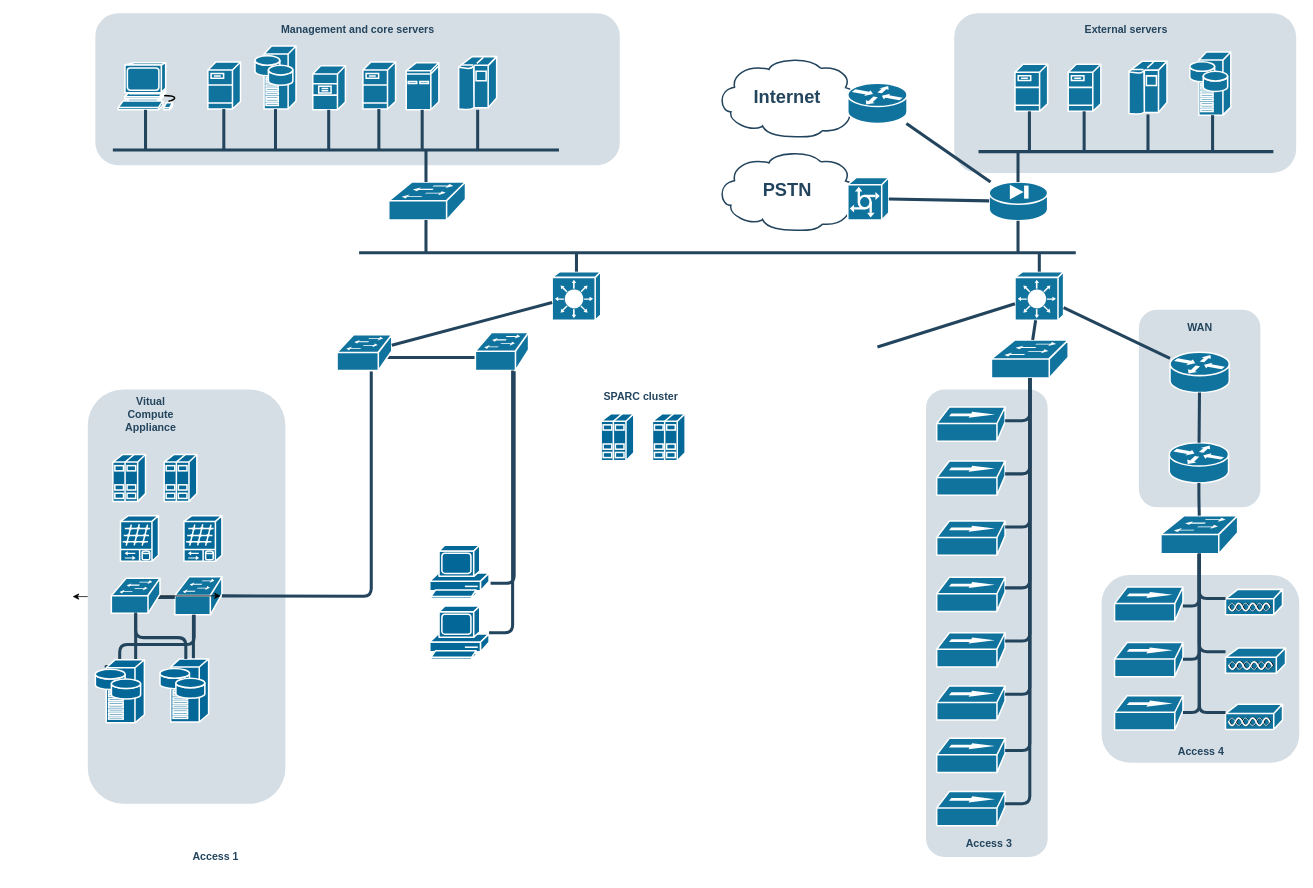
The draw.io diagram Network dev lab 1.drawio in rvrlx/Diagrams, before the edit. Source tidied: cells renumbered, new cells numbered last; positions are measured from the earlier drawing's top-left corner, leaving out a move shared by most shapes. Both pictures are drawn from the tidied source at 76%, with x=0, y=0 at pixel (72, 13).
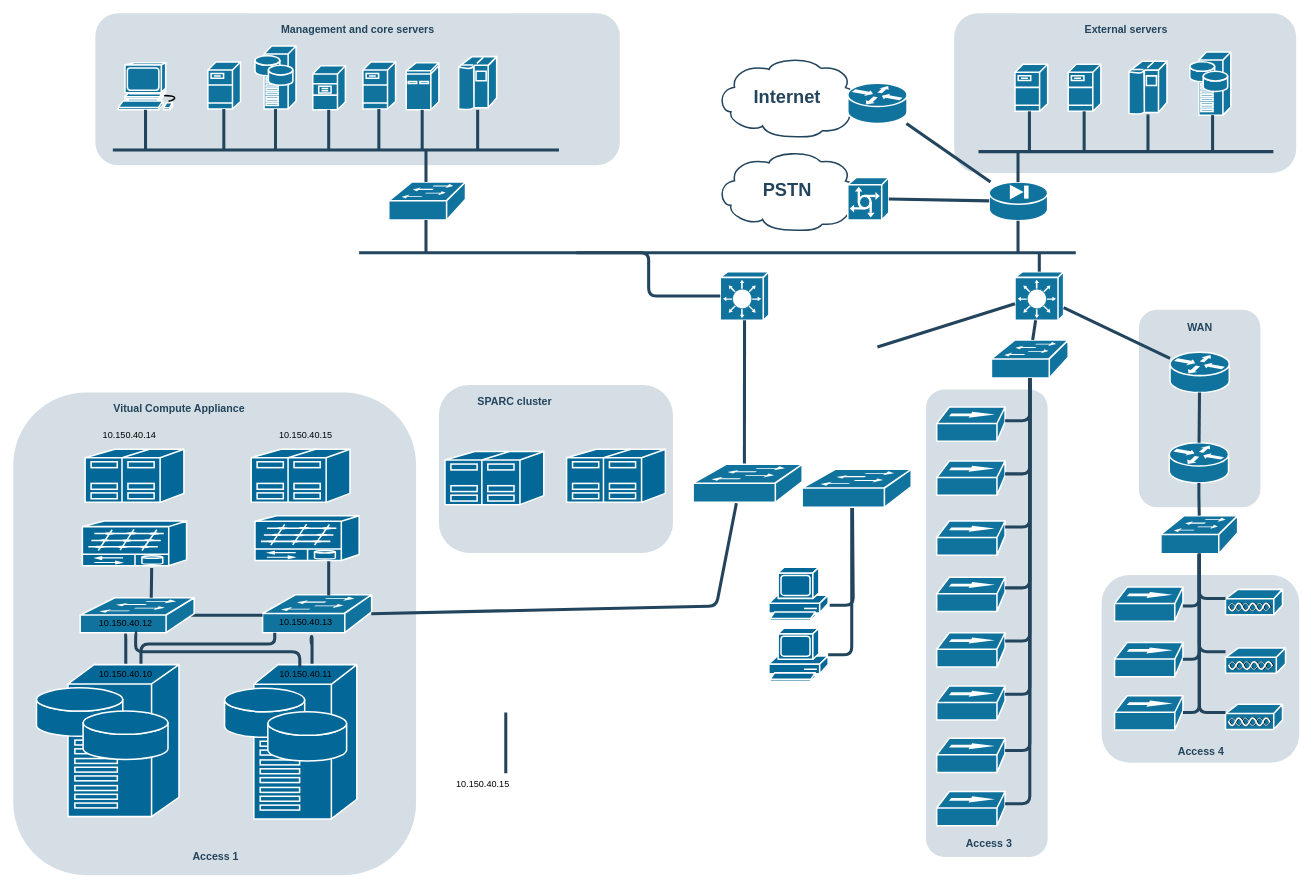
Above is the later version.

Change to the diagram source:
```diff
@@
-    <mxCell id="2" style="edgeStyle=orthogonalEdgeStyle;rounded=0;jettySize=auto;html=1;" parent="1" edge="1" source="3">
-      <mxGeometry relative="1" as="geometry">
-        <mxPoint y="767.5" as="targetPoint" />
-      </mxGeometry>
-    </mxCell>
+    <mxCell id="121" style="rounded=1;whiteSpace=wrap;html=1;strokeColor=none;fillColor=#BAC8D3;fontSize=24;fontColor=#23445D;align=center;opacity=60;arcSize=18;" parent="1" vertex="1">
+      <mxGeometry x="482" y="489" width="308" height="221" as="geometry" />
+    </mxCell>
     <mxCell id="3" style="rounded=1;whiteSpace=wrap;html=1;strokeColor=none;fillColor=#BAC8D3;fontSize=24;fontColor=#23445D;align=center;opacity=60;arcSize=18;" parent="1" vertex="1">
-      <mxGeometry x="20" y="495" width="260" height="545" as="geometry" />
+      <mxGeometry x="-78" y="499" width="530" height="635" as="geometry" />
     </mxCell>
     <mxCell id="4" value="&lt;font color=&quot;#23445d&quot;&gt;Vitual Compute Appliance&lt;/font&gt;" style="rounded=1;whiteSpace=wrap;html=1;strokeColor=none;fillColor=none;fontSize=14;fontColor=#742B21;align=center;fontStyle=1;" parent="1" vertex="1">
-      <mxGeometry x="63" y="516.2" width="80" height="24" as="geometry" />
+      <mxGeometry x="46.5" y="508" width="187" height="24" as="geometry" />
     </mxCell>
@@
     <mxCell id="26" style="shape=mxgraph.cisco.switches.layer_3_switch;html=1;dashed=0;fillColor=#10739E;strokeColor=#ffffff;strokeWidth=2;verticalLabelPosition=bottom;verticalAlign=top;fontFamily=Helvetica;fontSize=36;fontColor=#FFB366;" parent="1" vertex="1">
-      <mxGeometry x="631" y="340" width="64" height="64" as="geometry" />
+      <mxGeometry x="852.2" y="340" width="64" height="64" as="geometry" />
     </mxCell>
@@
     <mxCell id="28" style="shape=mxgraph.cisco.switches.workgroup_switch;html=1;dashed=0;fillColor=#10739E;strokeColor=#ffffff;strokeWidth=2;verticalLabelPosition=bottom;verticalAlign=top;fontFamily=Helvetica;fontSize=36;fontColor=#FFB366;" parent="1" vertex="1">
-      <mxGeometry x="134.5" y="741.5" width="62" height="50" as="geometry" />
+      <mxGeometry x="250" y="765" width="143.5" height="50" as="geometry" />
     </mxCell>
@@
-    <mxCell id="60" style="edgeStyle=none;rounded=1;html=1;strokeColor=#23445D;endArrow=none;endFill=0;strokeWidth=4;startArrow=none;exitX=0.625;exitY=1.021;exitDx=0;exitDy=0;exitPerimeter=0;" parent="1" edge="1" source="102" target="28">
+    <mxCell id="60" style="edgeStyle=none;rounded=1;html=1;strokeColor=#23445D;endArrow=none;endFill=0;strokeWidth=4;startArrow=none;exitX=0.397;exitY=1.02;exitDx=0;exitDy=0;exitPerimeter=0;" parent="1" edge="1" source="137" target="28">
       <mxGeometry relative="1" as="geometry">
         <Array as="points">
-          <mxPoint x="393" y="767" />
+          <mxPoint x="847" y="780" />
+          <mxPoint x="393" y="790" />
         </Array>
       </mxGeometry>
     </mxCell>
-    <mxCell id="61" style="edgeStyle=none;rounded=1;html=1;strokeColor=#23445D;endArrow=none;endFill=0;strokeWidth=4;entryX=-0.01;entryY=0.66;entryDx=0;entryDy=0;entryPerimeter=0;" parent="1" edge="1" target="112">
-      <mxGeometry relative="1" as="geometry">
-        <mxPoint x="410" y="453" as="sourcePoint" />
-      </mxGeometry>
-    </mxCell>
@@
-    <mxCell id="67" style="edgeStyle=orthogonalEdgeStyle;rounded=1;html=1;strokeColor=#23445D;endArrow=none;endFill=0;strokeWidth=4;startArrow=none;entryX=0.5;entryY=0;entryDx=0;entryDy=0;entryPerimeter=0;" parent="1" edge="1" source="106" target="108">
+    <mxCell id="67" style="edgeStyle=orthogonalEdgeStyle;rounded=1;html=1;strokeColor=#23445D;endArrow=none;endFill=0;strokeWidth=4;startArrow=none;exitX=0.393;exitY=0.978;exitDx=0;exitDy=0;exitPerimeter=0;" parent="1" edge="1" source="106" target="108">
       <mxGeometry relative="1" as="geometry">
         <Array as="points">
-          <mxPoint x="39" y="859.5" />
-          <mxPoint x="46" y="859.5" />
+          <mxPoint x="70" y="814" />
         </Array>
       </mxGeometry>
     </mxCell>
     <mxCell id="68" style="edgeStyle=orthogonalEdgeStyle;rounded=1;html=1;strokeColor=#23445D;endArrow=none;endFill=0;strokeWidth=4;" parent="1" edge="1" source="28" target="108">
       <mxGeometry relative="1" as="geometry">
         <Array as="points">
-          <mxPoint x="160" y="830.5" />
-          <mxPoint x="62" y="830.5" />
+          <mxPoint x="266" y="830" />
+          <mxPoint x="90" y="830" />
         </Array>
       </mxGeometry>
     </mxCell>
-    <mxCell id="69" style="edgeStyle=orthogonalEdgeStyle;rounded=1;html=1;strokeColor=#23445D;endArrow=none;endFill=0;strokeWidth=4;" parent="1" edge="1" source="28" target="107">
-      <mxGeometry relative="1" as="geometry">
-        <Array as="points">
-          <mxPoint x="159" y="811.5" />
-          <mxPoint x="159" y="811.5" />
-        </Array>
-      </mxGeometry>
-    </mxCell>
@@
     <mxCell id="76" style="rounded=1;html=1;strokeColor=#23445D;endArrow=none;endFill=0;strokeWidth=4;" parent="1" edge="1">
       <mxGeometry relative="1" as="geometry">
-        <mxPoint x="581" y="470" as="sourcePoint" />
-        <mxPoint x="550" y="750" as="targetPoint" />
+        <mxPoint x="1026.2" y="650" as="sourcePoint" />
+        <mxPoint x="996.2" y="779" as="targetPoint" />
         <Array as="points">
-          <mxPoint x="581" y="520" />
-          <mxPoint x="581" y="750" />
+          <mxPoint x="1027.2" y="779" />
         </Array>
       </mxGeometry>
     </mxCell>
@@
-    <mxCell id="102" style="shape=mxgraph.cisco.switches.workgroup_switch;html=1;dashed=0;fillColor=#10739E;strokeColor=#ffffff;strokeWidth=2;verticalLabelPosition=bottom;verticalAlign=top;fontFamily=Helvetica;fontSize=36;fontColor=#FFB366;" parent="1" vertex="1">
-      <mxGeometry x="348" y="423" width="72" height="47" as="geometry" />
-    </mxCell>
-    <mxCell id="103" style="edgeStyle=none;rounded=1;html=1;strokeColor=#23445D;endArrow=none;endFill=0;strokeWidth=4;" parent="1" edge="1" source="26" target="102">
-      <mxGeometry relative="1" as="geometry" />
+    <mxCell id="103" style="edgeStyle=none;rounded=1;html=1;strokeColor=#23445D;endArrow=none;endFill=0;strokeWidth=4;" parent="1" edge="1" source="26">
+      <mxGeometry relative="1" as="geometry">
+        <mxPoint x="884" y="594" as="targetPoint" />
+      </mxGeometry>
     </mxCell>
     <mxCell id="104" style="edgeStyle=orthogonalEdgeStyle;rounded=1;html=1;strokeColor=#23445D;endArrow=none;endFill=0;strokeWidth=4;entryX=0.98;entryY=0.5;entryDx=0;entryDy=0;entryPerimeter=0;" parent="1" edge="1" source="28" target="106">
       <mxGeometry relative="1" as="geometry">
         <Array as="points">
-          <mxPoint x="107" y="768.5" />
-          <mxPoint x="107" y="768.5" />
+          <mxPoint x="112" y="792" />
+          <mxPoint x="112" y="792" />
         </Array>
       </mxGeometry>
     </mxCell>
-    <mxCell id="105" style="edgeStyle=orthogonalEdgeStyle;rounded=0;jettySize=auto;html=1;" parent="1" edge="1" source="106">
-      <mxGeometry relative="1" as="geometry">
-        <mxPoint x="195" y="766.5" as="targetPoint" />
-      </mxGeometry>
-    </mxCell>
     <mxCell id="106" style="shape=mxgraph.cisco.switches.workgroup_switch;html=1;dashed=0;fillColor=#10739E;strokeColor=#ffffff;strokeWidth=2;verticalLabelPosition=bottom;verticalAlign=top;fontFamily=Helvetica;fontSize=36;fontColor=#FFB366;" parent="1" vertex="1">
-      <mxGeometry x="51" y="743.5" width="64" height="46" as="geometry" />
+      <mxGeometry x="10" y="769" width="150" height="46" as="geometry" />
     </mxCell>
     <mxCell id="107" style="shape=mxgraph.cisco.servers.storage_server;sketch=0;html=1;dashed=0;fillColor=#036897;strokeColor=#ffffff;strokeWidth=2;verticalLabelPosition=bottom;verticalAlign=top;align=center;outlineConnect=0;" parent="1" vertex="1">
-      <mxGeometry x="115" y="849.5" width="64" height="83" as="geometry" />
+      <mxGeometry x="200" y="857" width="174" height="203" as="geometry" />
     </mxCell>
     <mxCell id="108" style="shape=mxgraph.cisco.servers.storage_server;sketch=0;html=1;dashed=0;fillColor=#036897;strokeColor=#ffffff;strokeWidth=2;verticalLabelPosition=bottom;verticalAlign=top;align=center;outlineConnect=0;" parent="1" vertex="1">
-      <mxGeometry x="30" y="850.5" width="64.5" height="83" as="geometry" />
+      <mxGeometry x="-47.5" y="857" width="187.5" height="200" as="geometry" />
     </mxCell>
-    <mxCell id="109" style="edgeStyle=orthogonalEdgeStyle;rounded=1;html=1;strokeColor=#23445D;endArrow=none;endFill=0;strokeWidth=4;startArrow=none;exitX=0.5;exitY=0.98;exitDx=0;exitDy=0;exitPerimeter=0;" parent="1" edge="1" source="106" target="107">
+    <mxCell id="109" style="edgeStyle=orthogonalEdgeStyle;rounded=1;html=1;strokeColor=#23445D;endArrow=none;endFill=0;strokeWidth=4;startArrow=none;exitX=0.5;exitY=0.98;exitDx=0;exitDy=0;exitPerimeter=0;" parent="1" edge="1" source="106">
       <mxGeometry relative="1" as="geometry">
+        <mxPoint x="299" y="860" as="targetPoint" />
         <Array as="points">
-          <mxPoint x="83" y="821.5" />
-          <mxPoint x="149" y="821.5" />
+          <mxPoint x="83" y="814" />
+          <mxPoint x="83" y="840" />
+          <mxPoint x="299" y="840" />
         </Array>
       </mxGeometry>
     </mxCell>
     <mxCell id="110" style="shape=mxgraph.cisco.computers_and_peripherals.pc;sketch=0;html=1;dashed=0;fillColor=#036897;strokeColor=#ffffff;strokeWidth=2;verticalLabelPosition=bottom;verticalAlign=top;align=center;outlineConnect=0;" parent="1" vertex="1">
-      <mxGeometry x="470" y="780" width="78" height="70" as="geometry" />
+      <mxGeometry x="916.2" y="809" width="78" height="70" as="geometry" />
     </mxCell>
     <mxCell id="111" style="shape=mxgraph.cisco.computers_and_peripherals.pc;sketch=0;html=1;dashed=0;fillColor=#036897;strokeColor=#ffffff;strokeWidth=2;verticalLabelPosition=bottom;verticalAlign=top;align=center;" parent="1" vertex="1">
-      <mxGeometry x="470" y="700" width="78" height="70" as="geometry" />
+      <mxGeometry x="916.2" y="729" width="78" height="70" as="geometry" />
     </mxCell>
-    <mxCell id="112" style="shape=mxgraph.cisco.switches.workgroup_switch;html=1;dashed=0;fillColor=#10739E;strokeColor=#ffffff;strokeWidth=2;verticalLabelPosition=bottom;verticalAlign=top;fontFamily=Helvetica;fontSize=36;fontColor=#FFB366;" parent="1" vertex="1">
-      <mxGeometry x="530" y="420" width="70" height="50" as="geometry" />
-    </mxCell>
     <mxCell id="113" style="edgeStyle=orthogonalEdgeStyle;rounded=1;html=1;strokeColor=#23445D;endArrow=none;endFill=0;strokeWidth=4;" parent="1" edge="1" target="110">
       <mxGeometry relative="1" as="geometry">
-        <mxPoint x="579" y="470" as="sourcePoint" />
+        <mxPoint x="1025.2" y="650" as="sourcePoint" />
         <Array as="points">
-          <mxPoint x="579" y="815" />
+          <mxPoint x="1025.2" y="844" />
         </Array>
       </mxGeometry>
     </mxCell>
-    <mxCell id="114" style="shape=mxgraph.cisco.servers.standard_host;sketch=0;html=1;dashed=0;fillColor=#036897;strokeColor=#ffffff;strokeWidth=2;verticalLabelPosition=bottom;verticalAlign=top;align=center;" parent="1" vertex="1">
-      <mxGeometry x="53" y="580.5" width="43" height="62" as="geometry" />
-    </mxCell>
     <mxCell id="115" style="shape=mxgraph.cisco.servers.standard_host;sketch=0;html=1;dashed=0;fillColor=#036897;strokeColor=#ffffff;strokeWidth=2;verticalLabelPosition=bottom;verticalAlign=top;align=center;" parent="1" vertex="1">
-      <mxGeometry x="120.5" y="580.5" width="43" height="62" as="geometry" />
+      <mxGeometry x="235" y="573.5" width="130" height="70" as="geometry" />
     </mxCell>
-    <mxCell id="116" style="shape=mxgraph.cisco.switches.multi-fabric_server_switch;sketch=0;html=1;dashed=0;fillColor=#036897;strokeColor=#ffffff;strokeWidth=2;verticalLabelPosition=bottom;verticalAlign=top;align=center;" parent="1" vertex="1">
-      <mxGeometry x="63" y="661" width="50" height="60" as="geometry" />
-    </mxCell>
-    <mxCell id="117" style="shape=mxgraph.cisco.switches.multi-fabric_server_switch;sketch=0;html=1;dashed=0;fillColor=#036897;strokeColor=#ffffff;strokeWidth=2;verticalLabelPosition=bottom;verticalAlign=top;align=center;" parent="1" vertex="1">
-      <mxGeometry x="146.5" y="661" width="50" height="60" as="geometry" />
-    </mxCell>
+    <mxCell id="122" value="10.150.40.15" style="text;html=1;strokeColor=none;fillColor=none;align=center;verticalAlign=middle;whiteSpace=wrap;rounded=0;" parent="1" vertex="1">
+      <mxGeometry x="276.8" y="540" width="60" height="30" as="geometry" />
+    </mxCell>
+    <mxCell id="123" value="10.150.40.14" style="text;html=1;strokeColor=none;fillColor=none;align=center;verticalAlign=middle;whiteSpace=wrap;rounded=0;" parent="1" vertex="1">
+      <mxGeometry x="44.5" y="540" width="60" height="30" as="geometry" />
+    </mxCell>
     <mxCell id="118" value="&lt;font color=&quot;#23445d&quot;&gt;SPARC cluster&lt;/font&gt;" style="rounded=1;whiteSpace=wrap;html=1;strokeColor=none;fillColor=none;fontSize=14;fontColor=#742B21;align=center;fontStyle=1;" parent="1" vertex="1">
-      <mxGeometry x="690" y="492.2" width="116" height="24" as="geometry" />
+      <mxGeometry x="524" y="499" width="116" height="24" as="geometry" />
     </mxCell>
-    <mxCell id="119" style="shape=mxgraph.cisco.servers.standard_host;sketch=0;html=1;dashed=0;fillColor=#036897;strokeColor=#ffffff;strokeWidth=2;verticalLabelPosition=bottom;verticalAlign=top;align=center;" parent="1" vertex="1">
-      <mxGeometry x="763" y="526.8" width="43" height="62" as="geometry" />
-    </mxCell>
-    <mxCell id="120" style="shape=mxgraph.cisco.servers.standard_host;sketch=0;html=1;dashed=0;fillColor=#036897;strokeColor=#ffffff;strokeWidth=2;verticalLabelPosition=bottom;verticalAlign=top;align=center;" parent="1" vertex="1">
-      <mxGeometry x="695.5" y="526.8" width="43" height="62" as="geometry" />
-    </mxCell>
+    <mxCell id="124" value="10.150.40.10" style="text;html=1;strokeColor=none;fillColor=none;align=center;verticalAlign=middle;whiteSpace=wrap;rounded=0;" parent="1" vertex="1">
+      <mxGeometry x="40" y="855" width="60" height="30" as="geometry" />
+    </mxCell>
+    <mxCell id="125" value="10.150.40.11" style="text;html=1;strokeColor=none;fillColor=none;align=center;verticalAlign=middle;whiteSpace=wrap;rounded=0;" parent="1" vertex="1">
+      <mxGeometry x="276.8" y="855" width="60" height="30" as="geometry" />
+    </mxCell>
+    <mxCell id="126" value="10.150.40.12" style="text;html=1;strokeColor=none;fillColor=none;align=center;verticalAlign=middle;whiteSpace=wrap;rounded=0;" parent="1" vertex="1">
+      <mxGeometry x="40" y="787.5" width="60" height="30" as="geometry" />
+    </mxCell>
+    <mxCell id="127" value="10.150.40.13" style="text;html=1;strokeColor=none;fillColor=none;align=center;verticalAlign=middle;whiteSpace=wrap;rounded=0;" parent="1" vertex="1">
+      <mxGeometry x="276.8" y="787" width="60" height="30" as="geometry" />
+    </mxCell>
+    <mxCell id="128" value="10.150.40.15" style="text;html=1;strokeColor=none;fillColor=none;align=center;verticalAlign=middle;whiteSpace=wrap;rounded=0;" parent="1" vertex="1">
+      <mxGeometry x="510" y="1000" width="60" height="30" as="geometry" />
+    </mxCell>
+    <mxCell id="129" style="edgeStyle=orthogonalEdgeStyle;rounded=1;html=1;strokeColor=#23445D;endArrow=none;endFill=0;strokeWidth=4;" parent="1" edge="1">
+      <mxGeometry relative="1" as="geometry">
+        <mxPoint x="337" y="713" as="sourcePoint" />
+        <mxPoint x="337" y="766" as="targetPoint" />
+        <Array as="points">
+          <mxPoint x="337" y="736" />
+          <mxPoint x="337" y="736" />
+        </Array>
+      </mxGeometry>
+    </mxCell>
+    <mxCell id="130" style="edgeStyle=orthogonalEdgeStyle;rounded=1;html=1;strokeColor=#23445D;endArrow=none;endFill=0;strokeWidth=4;" parent="1" edge="1">
+      <mxGeometry relative="1" as="geometry">
+        <mxPoint x="570" y="920" as="sourcePoint" />
+        <mxPoint x="570" y="1000" as="targetPoint" />
+        <Array as="points">
+          <mxPoint x="570" y="943" />
+          <mxPoint x="570" y="943" />
+        </Array>
+      </mxGeometry>
+    </mxCell>
+    <mxCell id="131" style="edgeStyle=orthogonalEdgeStyle;rounded=1;html=1;strokeColor=#23445D;endArrow=none;endFill=0;strokeWidth=4;entryX=0.638;entryY=0.033;entryDx=0;entryDy=0;entryPerimeter=0;" parent="1" edge="1" target="125">
+      <mxGeometry relative="1" as="geometry">
+        <mxPoint x="315" y="830" as="sourcePoint" />
+        <Array as="points">
+          <mxPoint x="314" y="830" />
+          <mxPoint x="314" y="820" />
+          <mxPoint x="315" y="820" />
+        </Array>
+      </mxGeometry>
+    </mxCell>
+    <mxCell id="132" style="edgeStyle=orthogonalEdgeStyle;rounded=1;html=1;strokeColor=#23445D;endArrow=none;endFill=0;strokeWidth=4;" parent="1" edge="1">
+      <mxGeometry relative="1" as="geometry">
+        <mxPoint x="104" y="730" as="sourcePoint" />
+        <mxPoint x="103.5" y="769" as="targetPoint" />
+        <Array as="points">
+          <mxPoint x="103.5" y="739" />
+          <mxPoint x="103.5" y="739" />
+        </Array>
+      </mxGeometry>
+    </mxCell>
+    <mxCell id="133" style="shape=mxgraph.cisco.switches.multi-fabric_server_switch;sketch=0;html=1;dashed=0;fillColor=#036897;strokeColor=#ffffff;strokeWidth=2;verticalLabelPosition=bottom;verticalAlign=top;align=center;" parent="1" vertex="1">
+      <mxGeometry x="12.9" y="668" width="137.1" height="59" as="geometry" />
+    </mxCell>
+    <mxCell id="134" style="shape=mxgraph.cisco.switches.multi-fabric_server_switch;sketch=0;html=1;dashed=0;fillColor=#036897;strokeColor=#ffffff;strokeWidth=2;verticalLabelPosition=bottom;verticalAlign=top;align=center;" parent="1" vertex="1">
+      <mxGeometry x="240" y="661" width="137.1" height="59" as="geometry" />
+    </mxCell>
+    <mxCell id="135" style="shape=mxgraph.cisco.servers.standard_host;sketch=0;html=1;dashed=0;fillColor=#036897;strokeColor=#ffffff;strokeWidth=2;verticalLabelPosition=bottom;verticalAlign=top;align=center;" parent="1" vertex="1">
+      <mxGeometry x="16.5" y="573.5" width="130" height="70" as="geometry" />
+    </mxCell>
+    <mxCell id="136" style="shape=mxgraph.cisco.switches.workgroup_switch;html=1;dashed=0;fillColor=#10739E;strokeColor=#ffffff;strokeWidth=2;verticalLabelPosition=bottom;verticalAlign=top;fontFamily=Helvetica;fontSize=36;fontColor=#FFB366;" parent="1" vertex="1">
+      <mxGeometry x="960" y="600" width="143.5" height="50" as="geometry" />
+    </mxCell>
+    <mxCell id="137" style="shape=mxgraph.cisco.switches.workgroup_switch;html=1;dashed=0;fillColor=#10739E;strokeColor=#ffffff;strokeWidth=2;verticalLabelPosition=bottom;verticalAlign=top;fontFamily=Helvetica;fontSize=36;fontColor=#FFB366;" parent="1" vertex="1">
+      <mxGeometry x="816.5" y="593.5" width="143.5" height="50" as="geometry" />
+    </mxCell>
+    <mxCell id="138" style="shape=mxgraph.cisco.servers.standard_host;sketch=0;html=1;dashed=0;fillColor=#036897;strokeColor=#ffffff;strokeWidth=2;verticalLabelPosition=bottom;verticalAlign=top;align=center;" parent="1" vertex="1">
+      <mxGeometry x="490" y="576.5" width="130" height="70" as="geometry" />
+    </mxCell>
+    <mxCell id="139" style="shape=mxgraph.cisco.servers.standard_host;sketch=0;html=1;dashed=0;fillColor=#036897;strokeColor=#ffffff;strokeWidth=2;verticalLabelPosition=bottom;verticalAlign=top;align=center;" parent="1" vertex="1">
+      <mxGeometry x="650" y="573.5" width="130" height="70" as="geometry" />
+    </mxCell>
```
